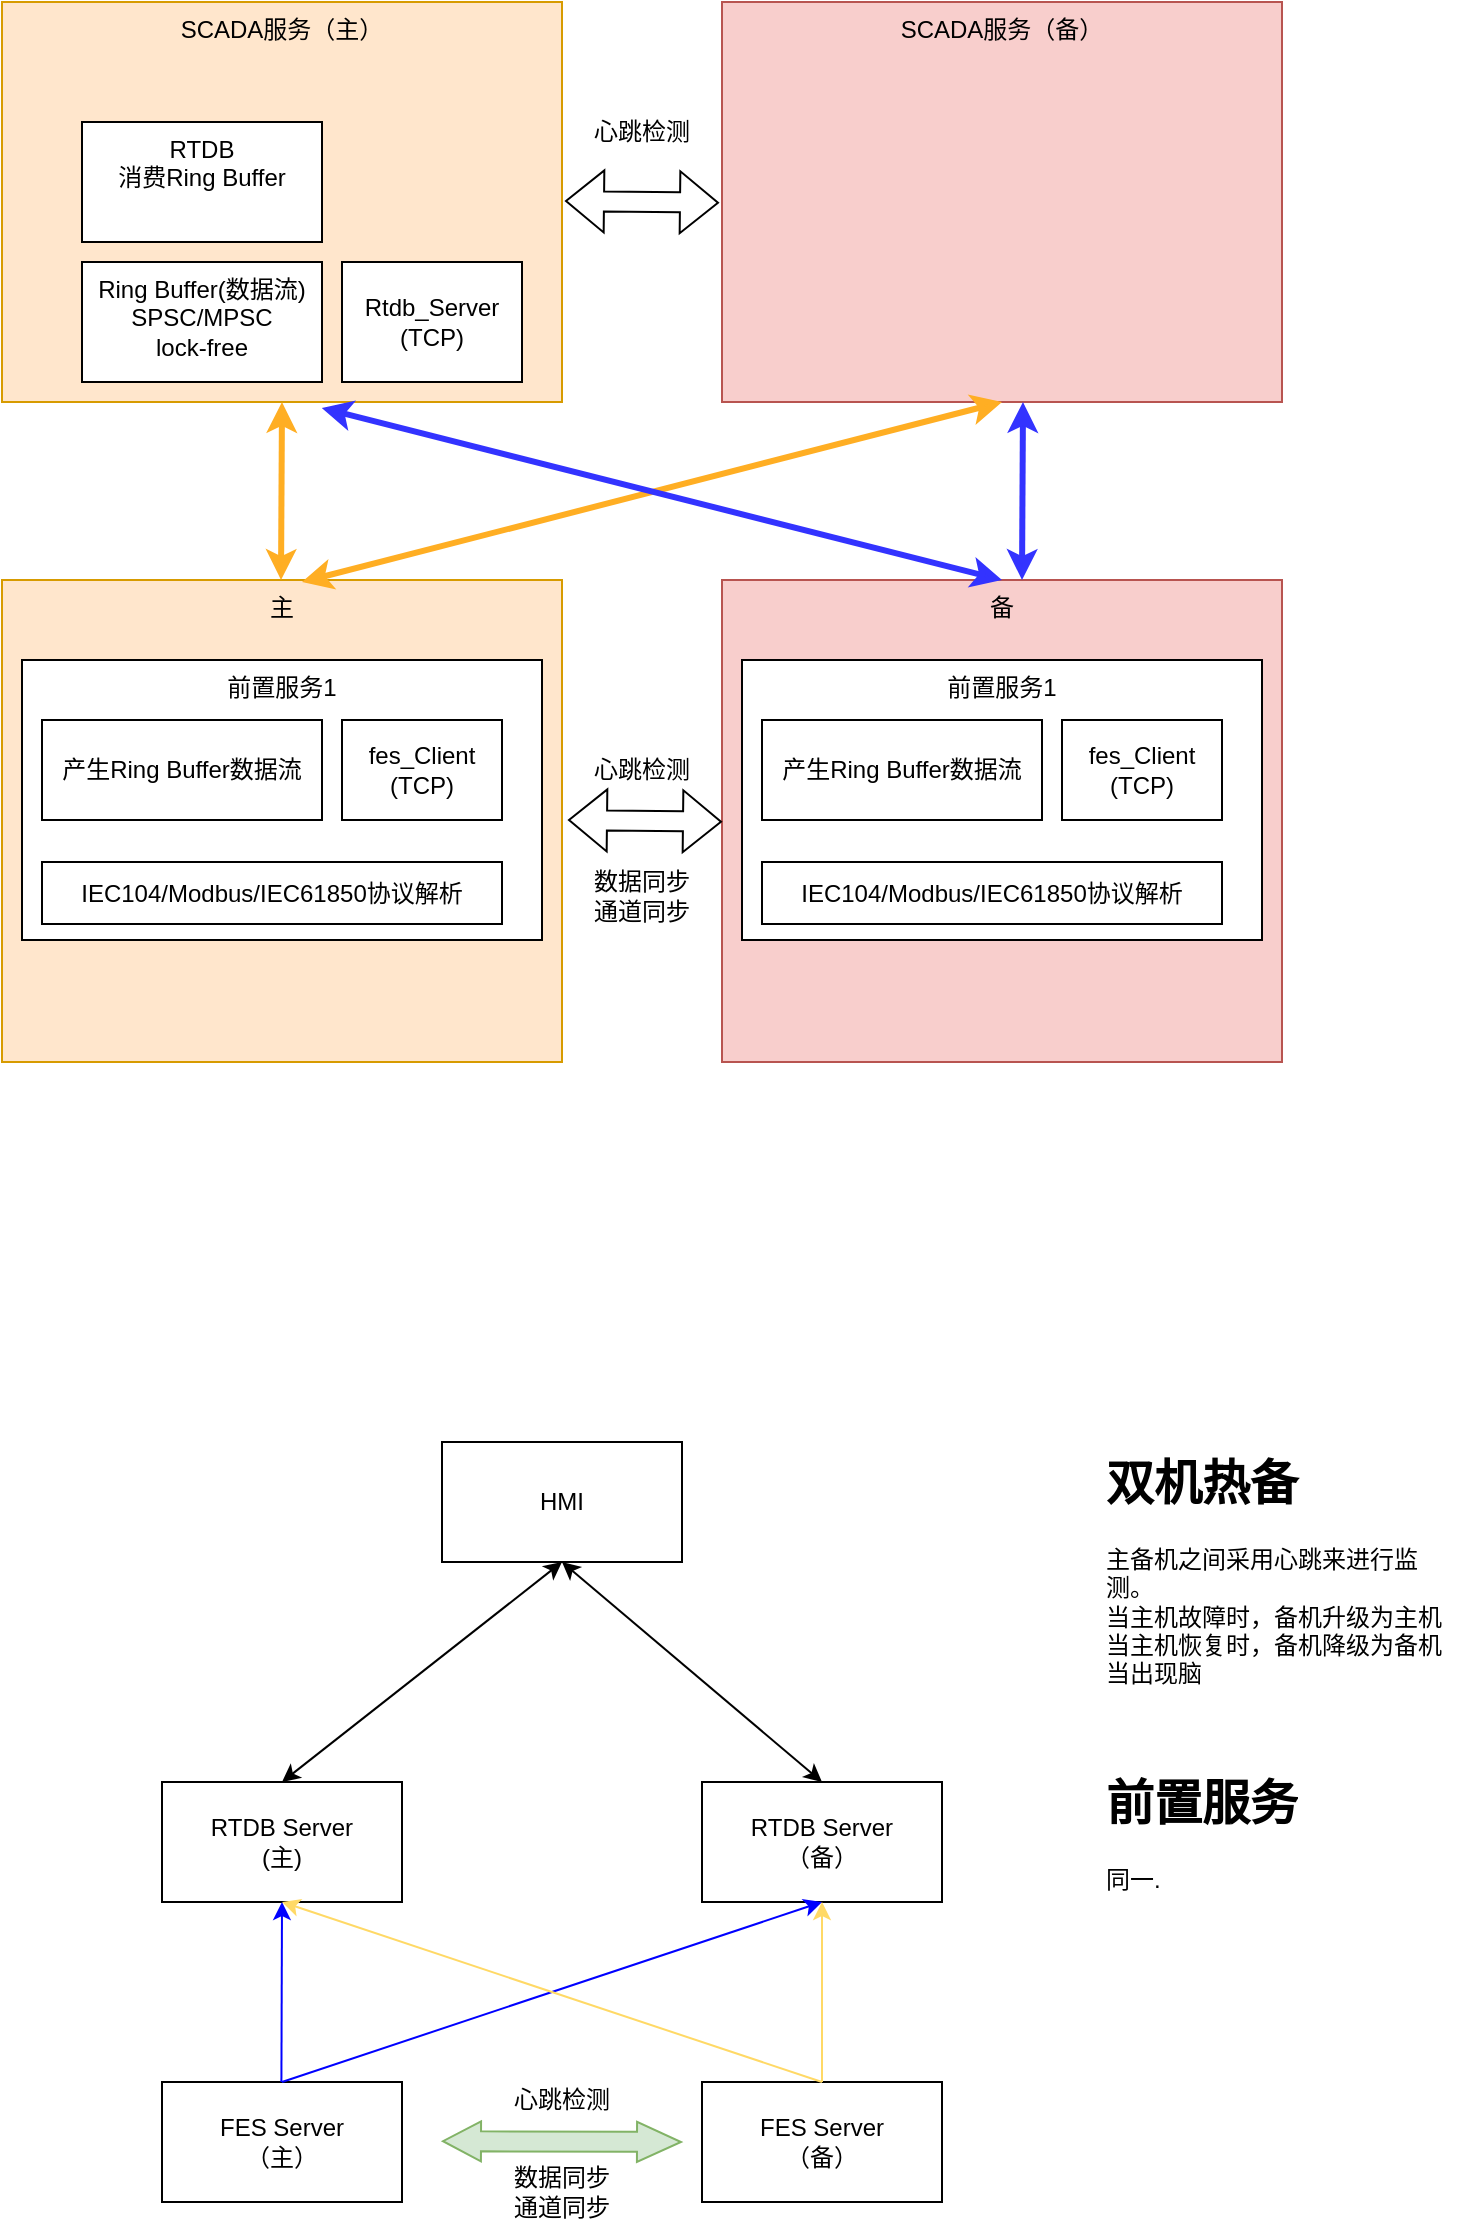
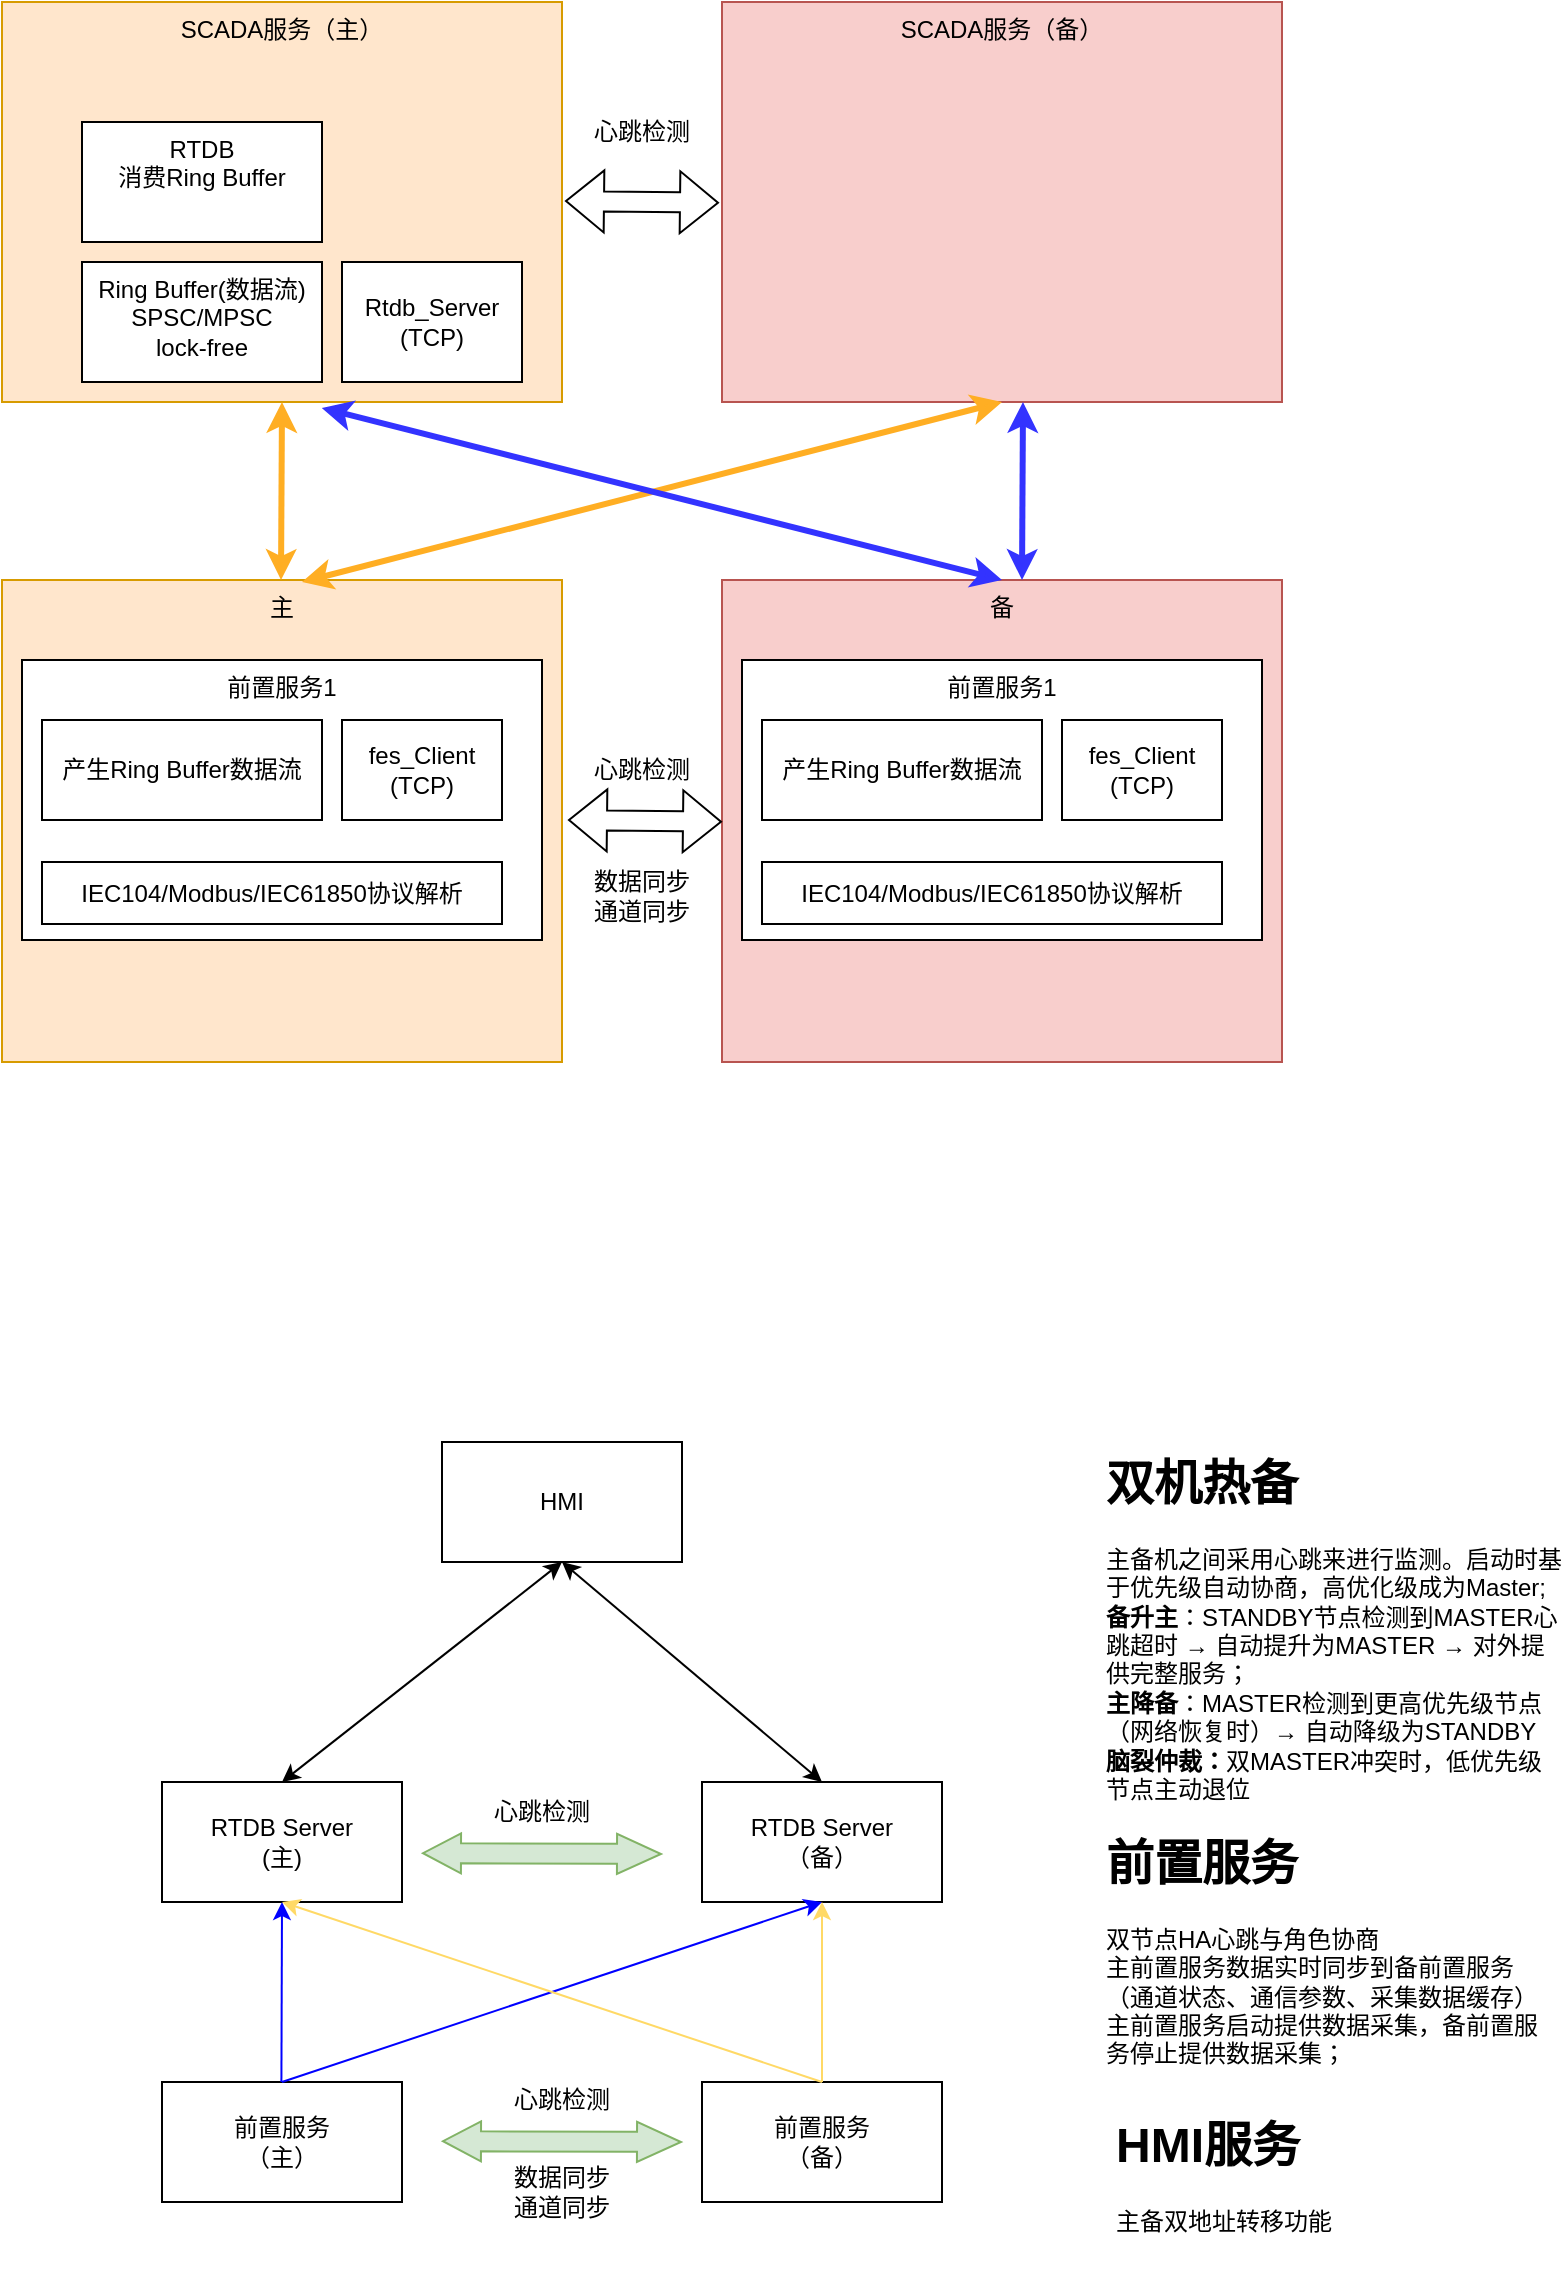
<mxfile host="app.diagrams.net">
  <diagram name="第 1 页" id="B8DYWfWQNEIOsyKvfK1-">
    <mxGraphModel dx="1230" dy="684" grid="1" gridSize="10" guides="1" tooltips="1" connect="1" arrows="1" fold="1" page="1" pageScale="1" pageWidth="827" pageHeight="1169" math="0" shadow="0">
      <root>
        <mxCell id="0" />
        <mxCell id="1" parent="0" />
        <mxCell id="kAXPQYTb_9ZiN3N-kw4B-1" parent="1" style="rounded=0;whiteSpace=wrap;html=1;verticalAlign=top;fillColor=#ffe6cc;strokeColor=#d79b00;" value="SCADA服务（主）" vertex="1">
          <mxGeometry height="200" width="280" x="50" y="200" as="geometry" />
        </mxCell>
        <mxCell id="kAXPQYTb_9ZiN3N-kw4B-2" parent="1" style="rounded=0;whiteSpace=wrap;html=1;verticalAlign=top;fillColor=#ffe6cc;strokeColor=#d79b00;" value="主" vertex="1">
          <mxGeometry height="241" width="280" x="50" y="489" as="geometry" />
        </mxCell>
        <mxCell id="kAXPQYTb_9ZiN3N-kw4B-4" parent="1" style="rounded=0;whiteSpace=wrap;html=1;verticalAlign=top;fillColor=#f8cecc;strokeColor=#b85450;" value="SCADA服务（备）" vertex="1">
          <mxGeometry height="200" width="280" x="410" y="200" as="geometry" />
        </mxCell>
        <mxCell id="kAXPQYTb_9ZiN3N-kw4B-5" parent="1" style="rounded=0;whiteSpace=wrap;html=1;verticalAlign=top;align=center;" value="前置服务1" vertex="1">
          <mxGeometry height="140" width="260" x="60" y="529" as="geometry" />
        </mxCell>
        <mxCell id="kAXPQYTb_9ZiN3N-kw4B-9" parent="1" style="rounded=0;whiteSpace=wrap;html=1;verticalAlign=top;" value="Ring Buffer(数据流)&lt;div&gt;SPSC/MPSC&lt;/div&gt;&lt;div&gt;lock-free&lt;/div&gt;" vertex="1">
          <mxGeometry height="60" width="120" x="90" y="330" as="geometry" />
        </mxCell>
        <mxCell id="kAXPQYTb_9ZiN3N-kw4B-10" parent="1" style="rounded=0;whiteSpace=wrap;html=1;verticalAlign=top;" value="RTDB&lt;div&gt;消费Ring Buffer&lt;/div&gt;" vertex="1">
          <mxGeometry height="60" width="120" x="90" y="260" as="geometry" />
        </mxCell>
        <mxCell id="kAXPQYTb_9ZiN3N-kw4B-11" parent="1" style="rounded=0;whiteSpace=wrap;html=1;" value="产生Ring Buffer数据流" vertex="1">
          <mxGeometry height="50" width="140" x="70" y="559" as="geometry" />
        </mxCell>
        <mxCell id="kAXPQYTb_9ZiN3N-kw4B-12" edge="1" parent="1" style="endArrow=classic;startArrow=classic;html=1;rounded=0;entryX=0.5;entryY=1;entryDx=0;entryDy=0;strokeColor=#FFAE23;strokeWidth=3;" target="kAXPQYTb_9ZiN3N-kw4B-1" value="">
          <mxGeometry height="50" relative="1" width="50" as="geometry">
            <mxPoint x="189.5" y="489" as="sourcePoint" />
            <mxPoint x="189.5" y="423" as="targetPoint" />
          </mxGeometry>
        </mxCell>
        <mxCell id="kAXPQYTb_9ZiN3N-kw4B-13" parent="1" style="rounded=0;whiteSpace=wrap;html=1;" value="fes_Client&lt;div&gt;(TCP)&lt;/div&gt;" vertex="1">
          <mxGeometry height="50" width="80" x="220" y="559" as="geometry" />
        </mxCell>
        <mxCell id="kAXPQYTb_9ZiN3N-kw4B-15" parent="1" style="rounded=0;whiteSpace=wrap;html=1;" value="Rtdb_Server&lt;div&gt;(TCP)&lt;/div&gt;" vertex="1">
          <mxGeometry height="60" width="90" x="220" y="330" as="geometry" />
        </mxCell>
        <mxCell id="kAXPQYTb_9ZiN3N-kw4B-16" edge="1" parent="1" style="endArrow=classic;startArrow=classic;html=1;rounded=0;entryX=0.5;entryY=1;entryDx=0;entryDy=0;strokeColor=#FFAE23;strokeWidth=3;" target="kAXPQYTb_9ZiN3N-kw4B-4" value="">
          <mxGeometry height="50" relative="1" width="50" as="geometry">
            <mxPoint x="200" y="490" as="sourcePoint" />
            <mxPoint x="219" y="423" as="targetPoint" />
          </mxGeometry>
        </mxCell>
        <mxCell id="kAXPQYTb_9ZiN3N-kw4B-17" parent="1" style="rounded=0;whiteSpace=wrap;html=1;verticalAlign=top;fillColor=#f8cecc;strokeColor=#b85450;" value="备" vertex="1">
          <mxGeometry height="241" width="280" x="410" y="489" as="geometry" />
        </mxCell>
        <mxCell id="kAXPQYTb_9ZiN3N-kw4B-18" parent="1" style="rounded=0;whiteSpace=wrap;html=1;verticalAlign=top;align=center;" value="前置服务1" vertex="1">
          <mxGeometry height="140" width="260" x="420" y="529" as="geometry" />
        </mxCell>
        <mxCell id="kAXPQYTb_9ZiN3N-kw4B-20" parent="1" style="rounded=0;whiteSpace=wrap;html=1;" value="产生Ring Buffer数据流" vertex="1">
          <mxGeometry height="50" width="140" x="430" y="559" as="geometry" />
        </mxCell>
        <mxCell id="kAXPQYTb_9ZiN3N-kw4B-21" parent="1" style="rounded=0;whiteSpace=wrap;html=1;" value="fes_Client&lt;div&gt;(TCP)&lt;/div&gt;" vertex="1">
          <mxGeometry height="50" width="80" x="580" y="559" as="geometry" />
        </mxCell>
        <mxCell id="kAXPQYTb_9ZiN3N-kw4B-22" edge="1" parent="1" style="endArrow=classic;startArrow=classic;html=1;rounded=0;entryX=0.5;entryY=1;entryDx=0;entryDy=0;strokeColor=#3333FF;strokeWidth=3;" value="">
          <mxGeometry height="50" relative="1" width="50" as="geometry">
            <mxPoint x="560" y="489" as="sourcePoint" />
            <mxPoint x="560.5" y="400" as="targetPoint" />
          </mxGeometry>
        </mxCell>
        <mxCell id="kAXPQYTb_9ZiN3N-kw4B-23" edge="1" parent="1" source="kAXPQYTb_9ZiN3N-kw4B-17" style="endArrow=classic;startArrow=classic;html=1;rounded=0;entryX=0.571;entryY=1.015;entryDx=0;entryDy=0;entryPerimeter=0;strokeWidth=3;strokeColor=#3333FF;exitX=0.5;exitY=0;exitDx=0;exitDy=0;" target="kAXPQYTb_9ZiN3N-kw4B-1" value="">
          <mxGeometry height="50" relative="1" width="50" as="geometry">
            <mxPoint x="550" y="480" as="sourcePoint" />
            <mxPoint x="590" y="439" as="targetPoint" />
          </mxGeometry>
        </mxCell>
        <mxCell id="kAXPQYTb_9ZiN3N-kw4B-25" edge="1" parent="1" style="shape=flexArrow;endArrow=classic;startArrow=classic;html=1;rounded=0;entryX=0.025;entryY=0.556;entryDx=0;entryDy=0;entryPerimeter=0;" value="">
          <mxGeometry height="100" relative="1" width="100" as="geometry">
            <mxPoint x="333" y="609" as="sourcePoint" />
            <mxPoint x="410" y="609.836" as="targetPoint" />
          </mxGeometry>
        </mxCell>
        <mxCell id="kAXPQYTb_9ZiN3N-kw4B-26" parent="1" style="text;html=1;whiteSpace=wrap;strokeColor=none;fillColor=none;align=center;verticalAlign=middle;rounded=0;" value="心跳检测" vertex="1">
          <mxGeometry height="30" width="60" x="340" y="569" as="geometry" />
        </mxCell>
        <mxCell id="kAXPQYTb_9ZiN3N-kw4B-31" parent="1" style="rounded=0;whiteSpace=wrap;html=1;" value="IEC104/Modbus/IEC61850协议解析" vertex="1">
          <mxGeometry height="31" width="230" x="70" y="630" as="geometry" />
        </mxCell>
        <mxCell id="kAXPQYTb_9ZiN3N-kw4B-32" parent="1" style="rounded=0;whiteSpace=wrap;html=1;" value="IEC104/Modbus/IEC61850协议解析" vertex="1">
          <mxGeometry height="31" width="230" x="430" y="630" as="geometry" />
        </mxCell>
        <mxCell id="kAXPQYTb_9ZiN3N-kw4B-33" edge="1" parent="1" style="shape=flexArrow;endArrow=classic;startArrow=classic;html=1;rounded=0;entryX=0.025;entryY=0.556;entryDx=0;entryDy=0;entryPerimeter=0;" value="">
          <mxGeometry height="100" relative="1" width="100" as="geometry">
            <mxPoint x="331.5" y="299.5" as="sourcePoint" />
            <mxPoint x="408.5" y="300.336" as="targetPoint" />
          </mxGeometry>
        </mxCell>
        <mxCell id="kAXPQYTb_9ZiN3N-kw4B-39" parent="1" style="text;html=1;whiteSpace=wrap;strokeColor=none;fillColor=none;align=center;verticalAlign=middle;rounded=0;" value="数据同步&lt;div&gt;通道同步&lt;/div&gt;" vertex="1">
          <mxGeometry height="30" width="60" x="340" y="632" as="geometry" />
        </mxCell>
        <mxCell id="3wZPl1CzNyx5cLSE645p-1" parent="1" style="text;html=1;whiteSpace=wrap;strokeColor=none;fillColor=none;align=center;verticalAlign=middle;rounded=0;" value="心跳检测" vertex="1">
          <mxGeometry height="30" width="60" x="340" y="250" as="geometry" />
        </mxCell>
        <mxCell id="3wZPl1CzNyx5cLSE645p-2" parent="1" style="rounded=0;whiteSpace=wrap;html=1;" value="HMI" vertex="1">
          <mxGeometry height="60" width="120" x="270" y="920" as="geometry" />
        </mxCell>
        <mxCell id="3wZPl1CzNyx5cLSE645p-3" parent="1" style="rounded=0;whiteSpace=wrap;html=1;" value="&lt;div&gt;RTDB Server&lt;/div&gt;(主)" vertex="1">
          <mxGeometry height="60" width="120" x="130" y="1090" as="geometry" />
        </mxCell>
        <mxCell id="3wZPl1CzNyx5cLSE645p-4" parent="1" style="rounded=0;whiteSpace=wrap;html=1;" value="&lt;div&gt;RTDB Server&lt;/div&gt;&lt;div&gt;（备）&lt;/div&gt;" vertex="1">
          <mxGeometry height="60" width="120" x="400" y="1090" as="geometry" />
        </mxCell>
-         <mxCell id="3wZPl1CzNyx5cLSE645p-5" parent="1" style="rounded=0;whiteSpace=wrap;html=1;" value="&lt;div&gt;FES Server&lt;/div&gt;（主）" vertex="1">
+         <mxCell id="3wZPl1CzNyx5cLSE645p-5" parent="1" style="rounded=0;whiteSpace=wrap;html=1;" value="&lt;div&gt;前置服务&lt;/div&gt;（主）" vertex="1">
          <mxGeometry height="60" width="120" x="130" y="1240" as="geometry" />
        </mxCell>
-         <mxCell id="3wZPl1CzNyx5cLSE645p-6" parent="1" style="rounded=0;whiteSpace=wrap;html=1;" value="&lt;div&gt;FES Server&lt;/div&gt;&lt;div&gt;（备）&lt;/div&gt;" vertex="1">
+         <mxCell id="3wZPl1CzNyx5cLSE645p-6" parent="1" style="rounded=0;whiteSpace=wrap;html=1;" value="&lt;div&gt;前置服务&lt;/div&gt;&lt;div&gt;（备）&lt;/div&gt;" vertex="1">
          <mxGeometry height="60" width="120" x="400" y="1240" as="geometry" />
        </mxCell>
        <mxCell id="3wZPl1CzNyx5cLSE645p-7" edge="1" parent="1" style="shape=flexArrow;endArrow=classic;startArrow=classic;html=1;rounded=0;startWidth=9;startSize=6;endWidth=9;endSize=7;fillColor=#d5e8d4;strokeColor=#82b366;" value="">
          <mxGeometry height="100" relative="1" width="100" as="geometry">
            <mxPoint x="270" y="1269.57" as="sourcePoint" />
            <mxPoint x="390" y="1270" as="targetPoint" />
          </mxGeometry>
        </mxCell>
        <mxCell id="3wZPl1CzNyx5cLSE645p-8" parent="1" style="text;html=1;whiteSpace=wrap;strokeColor=none;fillColor=none;align=center;verticalAlign=middle;rounded=0;" value="心跳检测" vertex="1">
          <mxGeometry height="30" width="60" x="300" y="1234" as="geometry" />
        </mxCell>
        <mxCell id="3wZPl1CzNyx5cLSE645p-9" parent="1" style="text;html=1;whiteSpace=wrap;strokeColor=none;fillColor=none;align=center;verticalAlign=middle;rounded=0;" value="数据同步&lt;div&gt;通道同步&lt;/div&gt;" vertex="1">
          <mxGeometry height="30" width="60" x="300" y="1280" as="geometry" />
        </mxCell>
        <mxCell id="3wZPl1CzNyx5cLSE645p-10" edge="1" parent="1" style="endArrow=classic;html=1;rounded=0;entryX=0.5;entryY=1;entryDx=0;entryDy=0;strokeColor=#0000FF;" target="3wZPl1CzNyx5cLSE645p-3" value="">
          <mxGeometry height="50" relative="1" width="50" as="geometry">
            <mxPoint x="189.7" y="1240" as="sourcePoint" />
            <mxPoint x="189.7" y="1180" as="targetPoint" />
          </mxGeometry>
        </mxCell>
        <mxCell id="3wZPl1CzNyx5cLSE645p-11" edge="1" parent="1" style="endArrow=classic;html=1;rounded=0;entryX=0.5;entryY=1;entryDx=0;entryDy=0;strokeColor=#0000FF;" target="3wZPl1CzNyx5cLSE645p-4" value="">
          <mxGeometry height="50" relative="1" width="50" as="geometry">
            <mxPoint x="190" y="1240" as="sourcePoint" />
            <mxPoint x="240" y="1190" as="targetPoint" />
          </mxGeometry>
        </mxCell>
        <mxCell id="3wZPl1CzNyx5cLSE645p-12" edge="1" parent="1" style="endArrow=classic;html=1;rounded=0;strokeColor=#FFD966;" value="">
          <mxGeometry height="50" relative="1" width="50" as="geometry">
            <mxPoint x="460" y="1240" as="sourcePoint" />
            <mxPoint x="460" y="1150" as="targetPoint" />
          </mxGeometry>
        </mxCell>
        <mxCell id="3wZPl1CzNyx5cLSE645p-13" edge="1" parent="1" source="3wZPl1CzNyx5cLSE645p-6" style="endArrow=classic;html=1;rounded=0;exitX=0.5;exitY=0;exitDx=0;exitDy=0;entryX=0.5;entryY=1;entryDx=0;entryDy=0;strokeColor=#FFD966;" target="3wZPl1CzNyx5cLSE645p-3" value="">
          <mxGeometry height="50" relative="1" width="50" as="geometry">
            <mxPoint x="360" y="1220" as="sourcePoint" />
            <mxPoint x="360" y="1130" as="targetPoint" />
          </mxGeometry>
        </mxCell>
        <mxCell id="3wZPl1CzNyx5cLSE645p-14" edge="1" parent="1" style="endArrow=classic;startArrow=classic;html=1;rounded=0;entryX=0.5;entryY=1;entryDx=0;entryDy=0;" target="3wZPl1CzNyx5cLSE645p-2" value="">
          <mxGeometry height="50" relative="1" width="50" as="geometry">
            <mxPoint x="190" y="1090" as="sourcePoint" />
            <mxPoint x="240" y="1040" as="targetPoint" />
          </mxGeometry>
        </mxCell>
        <mxCell id="3wZPl1CzNyx5cLSE645p-15" edge="1" parent="1" style="endArrow=classic;startArrow=classic;html=1;rounded=0;entryX=0.5;entryY=1;entryDx=0;entryDy=0;" target="3wZPl1CzNyx5cLSE645p-2" value="">
          <mxGeometry height="50" relative="1" width="50" as="geometry">
            <mxPoint x="460" y="1090" as="sourcePoint" />
            <mxPoint x="600" y="980" as="targetPoint" />
          </mxGeometry>
        </mxCell>
-         <mxCell id="3wZPl1CzNyx5cLSE645p-16" parent="1" style="text;html=1;whiteSpace=wrap;overflow=hidden;rounded=0;" value="&lt;h1 style=&quot;margin-top: 0px;&quot;&gt;前置服务&lt;/h1&gt;&lt;p&gt;同一.&lt;/p&gt;" vertex="1">
-           <mxGeometry height="120" width="180" x="600" y="1080" as="geometry" />
+         <mxCell id="3wZPl1CzNyx5cLSE645p-16" parent="1" style="text;html=1;whiteSpace=wrap;overflow=hidden;rounded=0;" value="&lt;h1 style=&quot;margin-top: 0px;&quot;&gt;前置服务&lt;/h1&gt;&lt;div&gt;双节点HA心跳与角色协商&lt;/div&gt;&lt;div&gt;主前置服务数据实时同步到备前置服务（通道状态、通信参数、采集数据缓存）&lt;/div&gt;&lt;div&gt;主前置服务启动提供数据采集，备前置服务停止提供数据采集；&lt;/div&gt;&lt;p&gt;&lt;br&gt;&lt;/p&gt;&lt;p&gt;&lt;br&gt;&lt;/p&gt;" vertex="1">
+           <mxGeometry height="141" width="220" x="600" y="1110" as="geometry" />
        </mxCell>
-         <mxCell id="3wZPl1CzNyx5cLSE645p-17" parent="1" style="text;html=1;whiteSpace=wrap;overflow=hidden;rounded=0;" value="&lt;h1 style=&quot;margin-top: 0px;&quot;&gt;双机热备&lt;/h1&gt;&lt;div&gt;主备机之间采用心跳来进行监测。&lt;/div&gt;&lt;div&gt;当主机故障时，备机升级为主机&lt;/div&gt;&lt;div&gt;当主机恢复时，备机降级为备机&lt;/div&gt;&lt;div&gt;当出现脑&lt;/div&gt;" vertex="1">
-           <mxGeometry height="120" width="180" x="600" y="920" as="geometry" />
+         <mxCell id="3wZPl1CzNyx5cLSE645p-17" parent="1" style="text;html=1;whiteSpace=wrap;overflow=hidden;rounded=0;" value="&lt;h1 style=&quot;margin-top: 0px;&quot;&gt;双机热备&lt;/h1&gt;&lt;div&gt;主备机之间采用心跳来进行监测。启动时基于优先级自动协商，高优化级成为Master;&amp;nbsp;&lt;/div&gt;&lt;div&gt;&lt;b&gt;备升主&lt;/b&gt;：STANDBY节点检测到MASTER心跳超时 → 自动提升为MASTER → 对外提供完整服务；&lt;/div&gt;&lt;div&gt;&lt;strong&gt;主降备&lt;/strong&gt;：MASTER检测到更高优先级节点（网络恢复时）→ 自动降级为STANDBY&lt;/div&gt;&lt;div&gt;&lt;b&gt;脑裂仲裁：&lt;/b&gt;双MASTER冲突时，低优先级节点主动退位&lt;/div&gt;" vertex="1">
+           <mxGeometry height="180" width="230" x="600" y="920" as="geometry" />
+         </mxCell>
+         <mxCell id="3wZPl1CzNyx5cLSE645p-18" edge="1" parent="1" style="shape=flexArrow;endArrow=classic;startArrow=classic;html=1;rounded=0;startWidth=9;startSize=6;endWidth=9;endSize=7;fillColor=#d5e8d4;strokeColor=#82b366;" value="">
+           <mxGeometry height="100" relative="1" width="100" as="geometry">
+             <mxPoint x="260" y="1125.57" as="sourcePoint" />
+             <mxPoint x="380" y="1126" as="targetPoint" />
+           </mxGeometry>
+         </mxCell>
+         <mxCell id="3wZPl1CzNyx5cLSE645p-19" parent="1" style="text;html=1;whiteSpace=wrap;strokeColor=none;fillColor=none;align=center;verticalAlign=middle;rounded=0;" value="心跳检测" vertex="1">
+           <mxGeometry height="30" width="60" x="290" y="1090" as="geometry" />
+         </mxCell>
+         <mxCell id="3wZPl1CzNyx5cLSE645p-20" parent="1" style="text;html=1;whiteSpace=wrap;overflow=hidden;rounded=0;" value="&lt;h1 style=&quot;margin-top: 0px;&quot;&gt;HMI服务&lt;/h1&gt;主备双地址转移功能&lt;p&gt;&lt;br&gt;&lt;/p&gt;&lt;p&gt;&lt;br&gt;&lt;/p&gt;" vertex="1">
+           <mxGeometry height="79" width="220" x="605" y="1251" as="geometry" />
        </mxCell>
      </root>
    </mxGraphModel>
  </diagram>
</mxfile>
